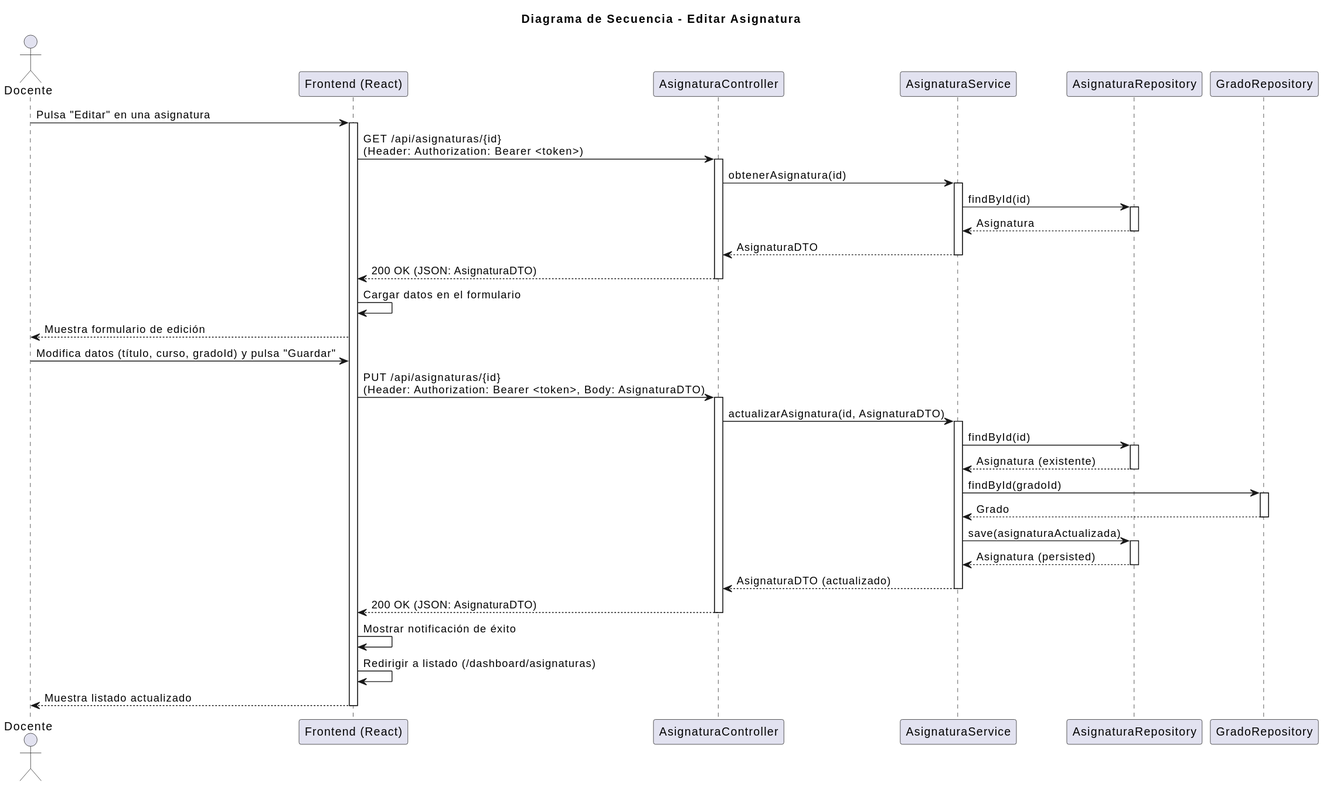
Earlier version of the PlantUML export images/diseño/editarAsignatura/editarAsignatura.svg (Pareyor/25-26-idsw2-sdVC). Source of this version:
```plantuml
@startuml
title Diagrama de Secuencia - Editar Asignatura

actor "Docente" as Actor
participant "Frontend (React)" as FE
participant "AsignaturaController" as Controller
participant "AsignaturaService" as Service
participant "AsignaturaRepository" as Repo
participant "GradoRepository" as GradoRepo

Actor -> FE: Pulsa "Editar" en una asignatura
activate FE

FE -> Controller: GET /api/asignaturas/{id}\n(Header: Authorization: Bearer <token>)
activate Controller

Controller -> Service: obtenerAsignatura(id)
activate Service

Service -> Repo: findById(id)
activate Repo
Repo --> Service: Asignatura
deactivate Repo

Service --> Controller: AsignaturaDTO
deactivate Service

Controller --> FE: 200 OK (JSON: AsignaturaDTO)
deactivate Controller

FE -> FE: Cargar datos en el formulario
FE --> Actor: Muestra formulario de edición

Actor -> FE: Modifica datos (título, curso, gradoId) y pulsa "Guardar"

FE -> Controller: PUT /api/asignaturas/{id}\n(Header: Authorization: Bearer <token>, Body: AsignaturaDTO)
activate Controller

Controller -> Service: actualizarAsignatura(id, AsignaturaDTO)
activate Service

Service -> Repo: findById(id)
activate Repo
Repo --> Service: Asignatura (existente)
deactivate Repo

Service -> GradoRepo: findById(gradoId)
activate GradoRepo
GradoRepo --> Service: Grado
deactivate GradoRepo

Service -> Repo: save(asignaturaActualizada)
activate Repo
Repo --> Service: Asignatura (persisted)
deactivate Repo

Service --> Controller: AsignaturaDTO (actualizado)
deactivate Service

Controller --> FE: 200 OK (JSON: AsignaturaDTO)
deactivate Controller

FE -> FE: Mostrar notificación de éxito
FE -> FE: Redirigir a listado (/dashboard/asignaturas)
FE --> Actor: Muestra listado actualizado
deactivate FE
@enduml
```
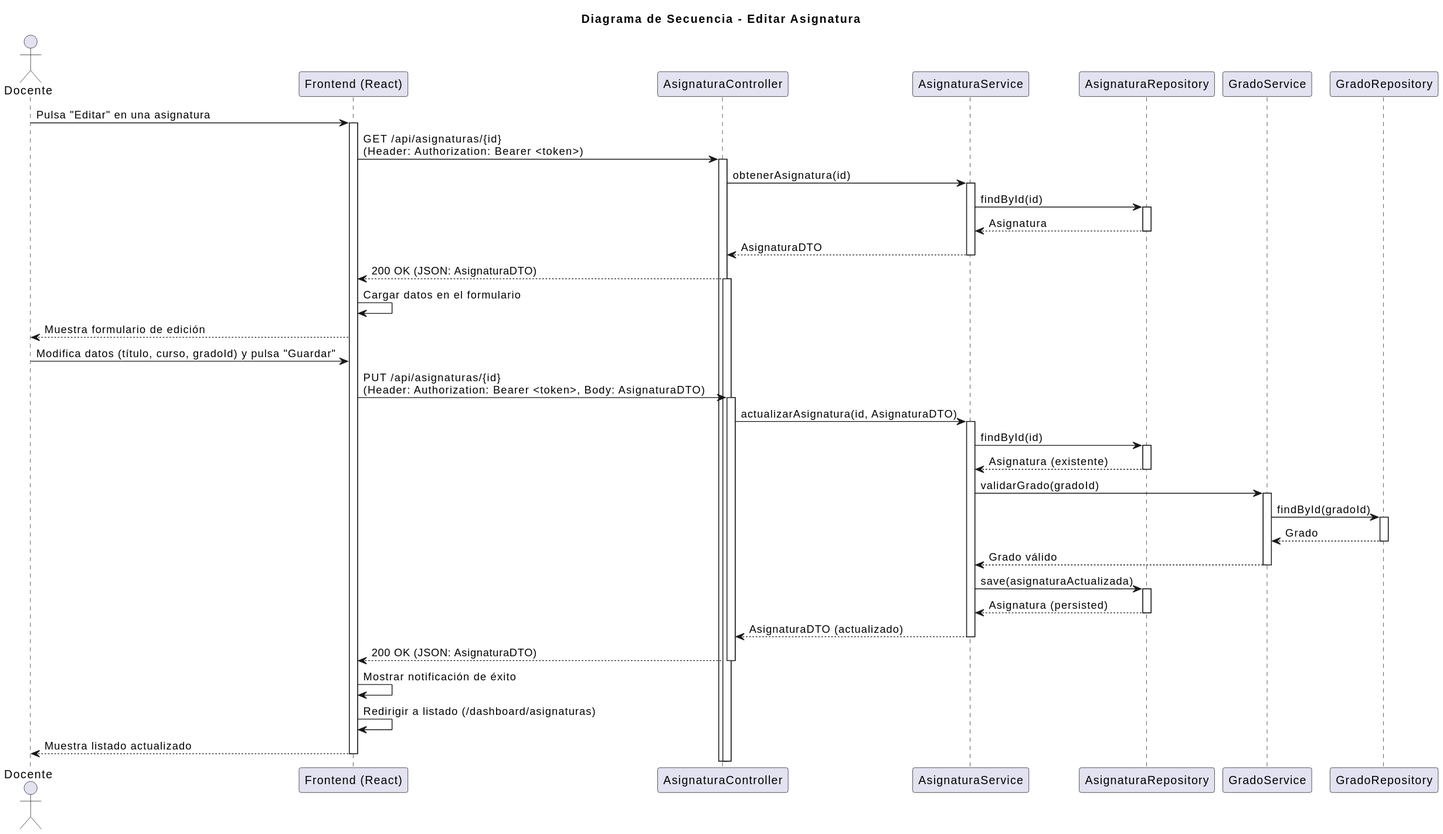
The same file after the commit.

Commit message:
feat&fix: Acepta el diseño de eliminarPregunta y corrige crearAsignatura y editarAsignatura para añadir el paso por GradoService

What changed in the source:
```diff
@@ -6,6 +6,7 @@
 participant "AsignaturaController" as Controller
 participant "AsignaturaService" as Service
 participant "AsignaturaRepository" as Repo
+participant "GradoService" as GradoService
 participant "GradoRepository" as GradoRepo
 
 Actor -> FE: Pulsa "Editar" en una asignatura
@@ -26,7 +27,7 @@
 deactivate Service
 
 Controller --> FE: 200 OK (JSON: AsignaturaDTO)
-deactivate Controller
+activate Controller
 
 FE -> FE: Cargar datos en el formulario
 FE --> Actor: Muestra formulario de edición
@@ -44,10 +45,14 @@
 Repo --> Service: Asignatura (existente)
 deactivate Repo
 
-Service -> GradoRepo: findById(gradoId)
+Service -> GradoService: validarGrado(gradoId)
+activate GradoService
+GradoService -> GradoRepo: findById(gradoId)
 activate GradoRepo
-GradoRepo --> Service: Grado
+GradoRepo --> GradoService: Grado
 deactivate GradoRepo
+GradoService --> Service: Grado válido
+deactivate GradoService
 
 Service -> Repo: save(asignaturaActualizada)
 activate Repo
```
